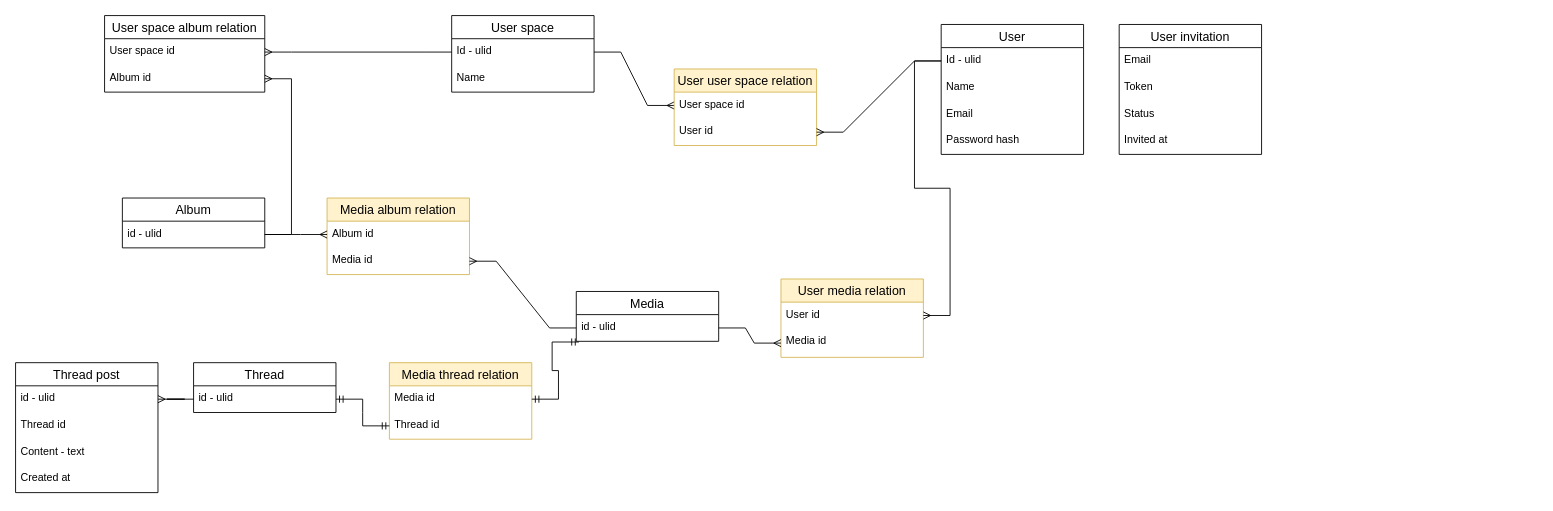
Earlier version of the draw.io diagram page "Models" (1 of 3) of docs/memoria.drawio (eiji03aero/memoria). Source tidied: cells renumbered, new cells numbered last; positions are measured from the earlier drawing's top-left corner, leaving out a move shared by most shapes. Both pictures are drawn from the tidied source at 89%, with x=0, y=0 at pixel (15, 15).
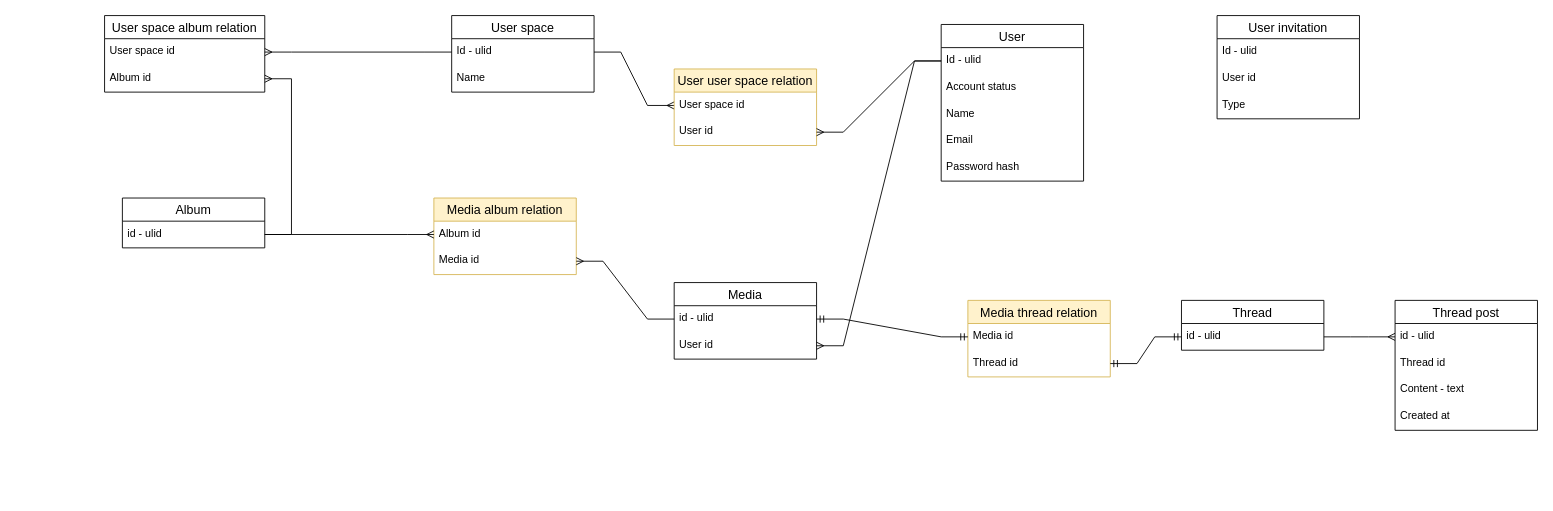
The same page after the edit.

Unchanged cells that the change refers to:
```xml
<mxCell id="21" value="id - ulid" style="text;strokeColor=none;fillColor=none;spacingLeft=4;spacingRight=4;overflow=hidden;points=[[0,0.5],[1,0.5]];portConstraint=eastwest;fontSize=12;whiteSpace=wrap;html=1;" parent="20" vertex="1">
  <mxGeometry y="26" width="160" height="30" as="geometry" />
</mxCell>
<mxCell id="40" value="id - ulid" style="text;strokeColor=none;fillColor=none;spacingLeft=4;spacingRight=4;overflow=hidden;points=[[0,0.5],[1,0.5]];portConstraint=eastwest;fontSize=12;whiteSpace=wrap;html=1;" parent="39" vertex="1">
  <mxGeometry y="26" width="160" height="30" as="geometry" />
</mxCell>
<mxCell id="42" value="Media id" style="text;strokeColor=none;fillColor=none;spacingLeft=4;spacingRight=4;overflow=hidden;points=[[0,0.5],[1,0.5]];portConstraint=eastwest;fontSize=12;whiteSpace=wrap;html=1;" parent="41" vertex="1">
  <mxGeometry y="26" width="160" height="30" as="geometry" />
</mxCell>
<mxCell id="43" value="Thread id" style="text;strokeColor=none;fillColor=none;spacingLeft=4;spacingRight=4;overflow=hidden;points=[[0,0.5],[1,0.5]];portConstraint=eastwest;fontSize=12;whiteSpace=wrap;html=1;" parent="41" vertex="1">
  <mxGeometry y="56" width="160" height="30" as="geometry" />
</mxCell>
<mxCell id="47" value="id - ulid" style="text;strokeColor=none;fillColor=none;spacingLeft=4;spacingRight=4;overflow=hidden;points=[[0,0.5],[1,0.5]];portConstraint=eastwest;fontSize=12;whiteSpace=wrap;html=1;" parent="46" vertex="1">
  <mxGeometry y="26" width="160" height="30" as="geometry" />
</mxCell>
```

What changed in the source:
```diff
@@
     <mxCell id="2" value="User" style="swimlane;fontStyle=0;horizontal=1;startSize=26;align=center;fontSize=14;" parent="1" vertex="1">
-      <mxGeometry x="1040" y="10" width="160" height="146" as="geometry" />
+      <mxGeometry x="1040" y="10" width="160" height="176" as="geometry" />
     </mxCell>
@@
+    <mxCell id="52" value="Account status" style="text;strokeColor=none;fillColor=none;spacingLeft=4;spacingRight=4;overflow=hidden;fontSize=12;whiteSpace=wrap;html=1;" parent="2" vertex="1">
+      <mxGeometry y="56" width="160" height="30" as="geometry" />
+    </mxCell>
     <mxCell id="4" value="Name" style="text;strokeColor=none;fillColor=none;spacingLeft=4;spacingRight=4;overflow=hidden;fontSize=12;whiteSpace=wrap;html=1;" parent="2" vertex="1">
-      <mxGeometry y="56" width="160" height="30" as="geometry" />
+      <mxGeometry y="86" width="160" height="30" as="geometry" />
     </mxCell>
     <mxCell id="5" value="Email" style="text;strokeColor=none;fillColor=none;spacingLeft=4;spacingRight=4;overflow=hidden;fontSize=12;whiteSpace=wrap;html=1;" parent="2" vertex="1">
-      <mxGeometry y="86" width="160" height="30" as="geometry" />
+      <mxGeometry y="116" width="160" height="30" as="geometry" />
     </mxCell>
     <mxCell id="6" value="Password hash" style="text;strokeColor=none;fillColor=none;spacingLeft=4;spacingRight=4;overflow=hidden;fontSize=12;whiteSpace=wrap;html=1;" parent="2" vertex="1">
-      <mxGeometry y="116" width="160" height="30" as="geometry" />
+      <mxGeometry y="146" width="160" height="30" as="geometry" />
     </mxCell>
     <mxCell id="7" value="User invitation" style="swimlane;fontStyle=0;horizontal=1;startSize=26;align=center;fontSize=14;" parent="1" vertex="1">
-      <mxGeometry x="1240" y="10" width="160" height="146" as="geometry" />
+      <mxGeometry x="1350" width="160" height="116" as="geometry" />
     </mxCell>
-    <mxCell id="8" value="Email" style="text;strokeColor=none;fillColor=none;spacingLeft=4;spacingRight=4;overflow=hidden;fontSize=12;whiteSpace=wrap;html=1;" parent="7" vertex="1">
+    <mxCell id="8" value="Id - ulid" style="text;strokeColor=none;fillColor=none;spacingLeft=4;spacingRight=4;overflow=hidden;fontSize=12;whiteSpace=wrap;html=1;" parent="7" vertex="1">
       <mxGeometry y="26" width="160" height="30" as="geometry" />
     </mxCell>
-    <mxCell id="9" value="Token" style="text;strokeColor=none;fillColor=none;spacingLeft=4;spacingRight=4;overflow=hidden;fontSize=12;whiteSpace=wrap;html=1;" parent="7" vertex="1">
+    <mxCell id="9" value="User id" style="text;strokeColor=none;fillColor=none;spacingLeft=4;spacingRight=4;overflow=hidden;fontSize=12;whiteSpace=wrap;html=1;" parent="7" vertex="1">
       <mxGeometry y="56" width="160" height="30" as="geometry" />
     </mxCell>
-    <mxCell id="10" value="Status" style="text;strokeColor=none;fillColor=none;spacingLeft=4;spacingRight=4;overflow=hidden;fontSize=12;whiteSpace=wrap;html=1;" parent="7" vertex="1">
-      <mxGeometry y="86" width="160" height="30" as="geometry" />
-    </mxCell>
-    <mxCell id="11" value="Invited at" style="text;strokeColor=none;fillColor=none;spacingLeft=4;spacingRight=4;overflow=hidden;fontSize=12;whiteSpace=wrap;html=1;" parent="7" vertex="1">
-      <mxGeometry y="116" width="160" height="30" as="geometry" />
-    </mxCell>
+    <mxCell id="53" value="Type" style="text;strokeColor=none;fillColor=none;spacingLeft=4;spacingRight=4;overflow=hidden;fontSize=12;whiteSpace=wrap;html=1;" parent="7" vertex="1">
+      <mxGeometry y="86" width="160" height="30" as="geometry" />
+    </mxCell>
@@
     <mxCell id="20" value="Media" style="swimlane;fontStyle=0;horizontal=1;startSize=26;align=center;fontSize=14;" parent="1" vertex="1">
-      <mxGeometry x="630" y="310" width="160" height="56" as="geometry" />
+      <mxGeometry x="740" y="300" width="160" height="86" as="geometry" />
     </mxCell>
@@
-    <mxCell id="22" value="User media relation" style="swimlane;fontStyle=0;horizontal=1;startSize=26;align=center;fontSize=14;fillColor=#fff2cc;strokeColor=#d6b656;" parent="1" vertex="1">
-      <mxGeometry x="860" y="296" width="160" height="88" as="geometry" />
-    </mxCell>
-    <mxCell id="23" value="User id" style="text;strokeColor=none;fillColor=none;spacingLeft=4;spacingRight=4;overflow=hidden;points=[[0,0.5],[1,0.5]];portConstraint=eastwest;fontSize=12;whiteSpace=wrap;html=1;" parent="22" vertex="1">
-      <mxGeometry y="26" width="160" height="30" as="geometry" />
+    <mxCell id="23" value="User id" style="text;strokeColor=none;fillColor=none;spacingLeft=4;spacingRight=4;overflow=hidden;points=[[0,0.5],[1,0.5]];portConstraint=eastwest;fontSize=12;whiteSpace=wrap;html=1;" parent="20" vertex="1">
+      <mxGeometry y="56" width="160" height="30" as="geometry" />
     </mxCell>
-    <mxCell id="24" value="Media id" style="text;strokeColor=none;fillColor=none;spacingLeft=4;spacingRight=4;overflow=hidden;points=[[0,0.5],[1,0.5]];portConstraint=eastwest;fontSize=12;whiteSpace=wrap;html=1;" parent="22" vertex="1">
-      <mxGeometry y="56" width="160" height="32" as="geometry" />
-    </mxCell>
@@
-    <mxCell id="26" style="edgeStyle=entityRelationEdgeStyle;fontSize=12;html=1;endArrow=ERmany;rounded=0;entryX=0;entryY=0.5;entryDx=0;entryDy=0;exitX=1;exitY=0.5;exitDx=0;exitDy=0;" parent="1" edge="1" source="21" target="24">
-      <mxGeometry relative="1" as="geometry" />
-    </mxCell>
@@
     <mxCell id="29" value="Media album relation" style="swimlane;fontStyle=0;horizontal=1;startSize=26;align=center;fontSize=14;fillColor=#fff2cc;strokeColor=#d6b656;" parent="1" vertex="1">
-      <mxGeometry x="350" y="205" width="160" height="86" as="geometry" />
+      <mxGeometry x="470" y="205" width="160" height="86" as="geometry" />
     </mxCell>
@@
     <mxCell id="39" value="Thread" style="swimlane;fontStyle=0;horizontal=1;startSize=26;align=center;fontSize=14;" parent="1" vertex="1">
-      <mxGeometry x="200" y="390" width="160" height="56" as="geometry" />
+      <mxGeometry x="1310" y="320" width="160" height="56" as="geometry" />
     </mxCell>
@@
     <mxCell id="41" value="Media thread relation" style="swimlane;fontStyle=0;horizontal=1;startSize=26;align=center;fontSize=14;fillColor=#fff2cc;strokeColor=#d6b656;" parent="1" vertex="1">
-      <mxGeometry x="420" y="390" width="160" height="86" as="geometry" />
+      <mxGeometry x="1070" y="320" width="160" height="86" as="geometry" />
     </mxCell>
@@
-    <mxCell id="44" style="edgeStyle=entityRelationEdgeStyle;fontSize=12;html=1;endArrow=ERmandOne;startArrow=ERmandOne;rounded=0;entryX=0.018;entryY=1.026;entryDx=0;entryDy=0;exitX=1;exitY=0.5;exitDx=0;exitDy=0;entryPerimeter=0;" parent="1" edge="1" source="42" target="21">
+    <mxCell id="44" style="edgeStyle=entityRelationEdgeStyle;fontSize=12;html=1;endArrow=ERmandOne;startArrow=ERmandOne;rounded=0;exitX=0;exitY=0.5;exitDx=0;exitDy=0;" parent="1" edge="1" source="42" target="21">
       <mxGeometry relative="1" as="geometry" />
     </mxCell>
-    <mxCell id="45" style="edgeStyle=entityRelationEdgeStyle;fontSize=12;html=1;endArrow=ERmandOne;startArrow=ERmandOne;rounded=0;entryX=0;entryY=0.5;entryDx=0;entryDy=0;exitX=1;exitY=0.5;exitDx=0;exitDy=0;" parent="1" edge="1" source="40" target="43">
+    <mxCell id="45" style="edgeStyle=entityRelationEdgeStyle;fontSize=12;html=1;endArrow=ERmandOne;startArrow=ERmandOne;rounded=0;entryX=1;entryY=0.5;entryDx=0;entryDy=0;exitX=0;exitY=0.5;exitDx=0;exitDy=0;" parent="1" edge="1" source="40" target="43">
       <mxGeometry relative="1" as="geometry">
         <Array as="points">
-          <mxPoint x="30" y="693" />
+          <mxPoint x="870" y="689" />
         </Array>
       </mxGeometry>
     </mxCell>
     <mxCell id="46" value="Thread post" style="swimlane;fontStyle=0;horizontal=1;startSize=26;align=center;fontSize=14;" parent="1" vertex="1">
-      <mxGeometry y="390" width="160" height="146" as="geometry" />
+      <mxGeometry x="1550" y="320" width="160" height="146" as="geometry" />
     </mxCell>
@@
-    <mxCell id="51" style="edgeStyle=entityRelationEdgeStyle;fontSize=12;html=1;endArrow=ERmany;rounded=0;entryX=1;entryY=0.5;entryDx=0;entryDy=0;exitX=0;exitY=0.5;exitDx=0;exitDy=0;" parent="1" edge="1" source="40" target="47">
+    <mxCell id="51" style="edgeStyle=entityRelationEdgeStyle;fontSize=12;html=1;endArrow=ERmany;rounded=0;entryX=0;entryY=0.5;entryDx=0;entryDy=0;exitX=1;exitY=0.5;exitDx=0;exitDy=0;" parent="1" edge="1" source="40" target="47">
       <mxGeometry relative="1" as="geometry">
         <Array as="points">
-          <mxPoint x="180" y="480" />
+          <mxPoint x="1020" y="506" />
         </Array>
       </mxGeometry>
     </mxCell>
```
